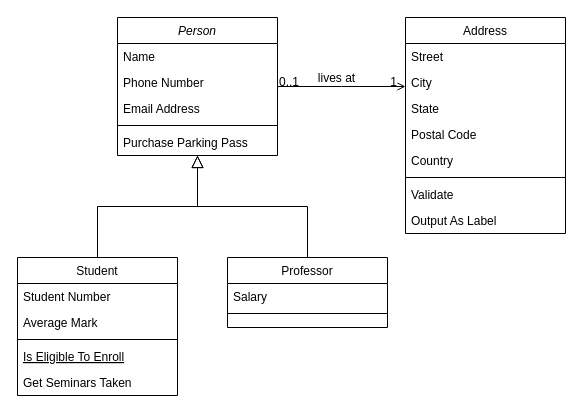
The draw.io diagram Lab05_class_diagram.drawio in astrrr/SAD2021sem1, before the edit. Source tidied: cells renumbered, new cells numbered last; positions are measured from the earlier drawing's top-left corner, leaving out a move shared by most shapes. Both pictures are drawn from the tidied source at 100%, with x=0, y=0 at pixel (17, 17).
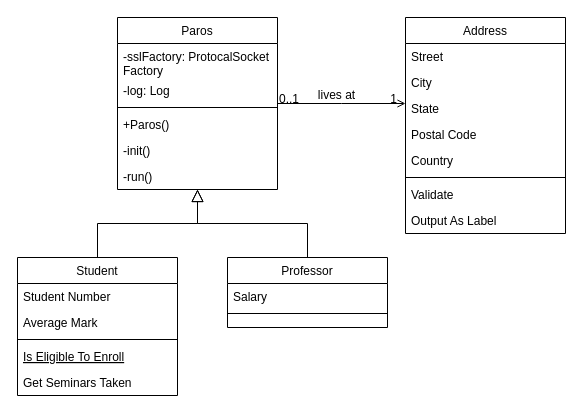
Above is the later version.

What changed in the source:
```diff
@@
-    <mxCell id="2" value="Person" style="swimlane;fontStyle=2;align=center;verticalAlign=top;horizontal=1;startSize=26;rounded=0;shadow=0;strokeWidth=1;" parent="1" vertex="1">
-      <mxGeometry x="100" width="160" height="138" as="geometry" />
+    <mxCell id="2" value="Paros" style="swimlane;fontStyle=0;align=center;verticalAlign=top;horizontal=1;startSize=26;rounded=0;shadow=0;strokeWidth=1;" parent="1" vertex="1">
+      <mxGeometry x="100" width="160" height="172" as="geometry" />
     </mxCell>
-    <mxCell id="3" value="Name" style="text;align=left;verticalAlign=top;spacingLeft=4;spacingRight=4;overflow=hidden;" parent="2" vertex="1">
-      <mxGeometry y="26" width="160" height="26" as="geometry" />
-    </mxCell>
-    <mxCell id="4" value="Phone Number" style="text;align=left;verticalAlign=top;spacingLeft=4;spacingRight=4;overflow=hidden;rounded=0;shadow=0;html=0;" parent="2" vertex="1">
-      <mxGeometry y="52" width="160" height="26" as="geometry" />
-    </mxCell>
-    <mxCell id="5" value="Email Address" style="text;align=left;verticalAlign=top;spacingLeft=4;spacingRight=4;overflow=hidden;rounded=0;shadow=0;html=0;" parent="2" vertex="1">
-      <mxGeometry y="78" width="160" height="26" as="geometry" />
-    </mxCell>
+    <mxCell id="32" value="-sslFactory: ProtocalSocket&#10;Factory" style="text;align=left;verticalAlign=top;spacingLeft=4;spacingRight=4;overflow=hidden;" parent="2" vertex="1">
+      <mxGeometry y="26" width="160" height="34" as="geometry" />
+    </mxCell>
+    <mxCell id="33" value="-log: Log&#10;" style="text;align=left;verticalAlign=top;spacingLeft=4;spacingRight=4;overflow=hidden;" parent="2" vertex="1">
+      <mxGeometry y="60" width="160" height="26" as="geometry" />
+    </mxCell>
     <mxCell id="6" style="line;html=1;strokeWidth=1;align=left;verticalAlign=middle;spacingTop=-1;spacingLeft=3;spacingRight=3;labelPosition=right;" parent="2" vertex="1">
-      <mxGeometry y="104" width="160" height="8" as="geometry" />
+      <mxGeometry y="86" width="160" height="8" as="geometry" />
     </mxCell>
-    <mxCell id="7" value="Purchase Parking Pass" style="text;align=left;verticalAlign=top;spacingLeft=4;spacingRight=4;overflow=hidden;" parent="2" vertex="1">
-      <mxGeometry y="112" width="160" height="26" as="geometry" />
+    <mxCell id="7" value="+Paros()" style="text;align=left;verticalAlign=top;spacingLeft=4;spacingRight=4;overflow=hidden;" parent="2" vertex="1">
+      <mxGeometry y="94" width="160" height="26" as="geometry" />
     </mxCell>
+    <mxCell id="34" value="-init()" style="text;align=left;verticalAlign=top;spacingLeft=4;spacingRight=4;overflow=hidden;" parent="2" vertex="1">
+      <mxGeometry y="120" width="160" height="26" as="geometry" />
+    </mxCell>
+    <mxCell id="35" value="-run()" style="text;align=left;verticalAlign=top;spacingLeft=4;spacingRight=4;overflow=hidden;" parent="2" vertex="1">
+      <mxGeometry y="146" width="160" height="26" as="geometry" />
+    </mxCell>
```
